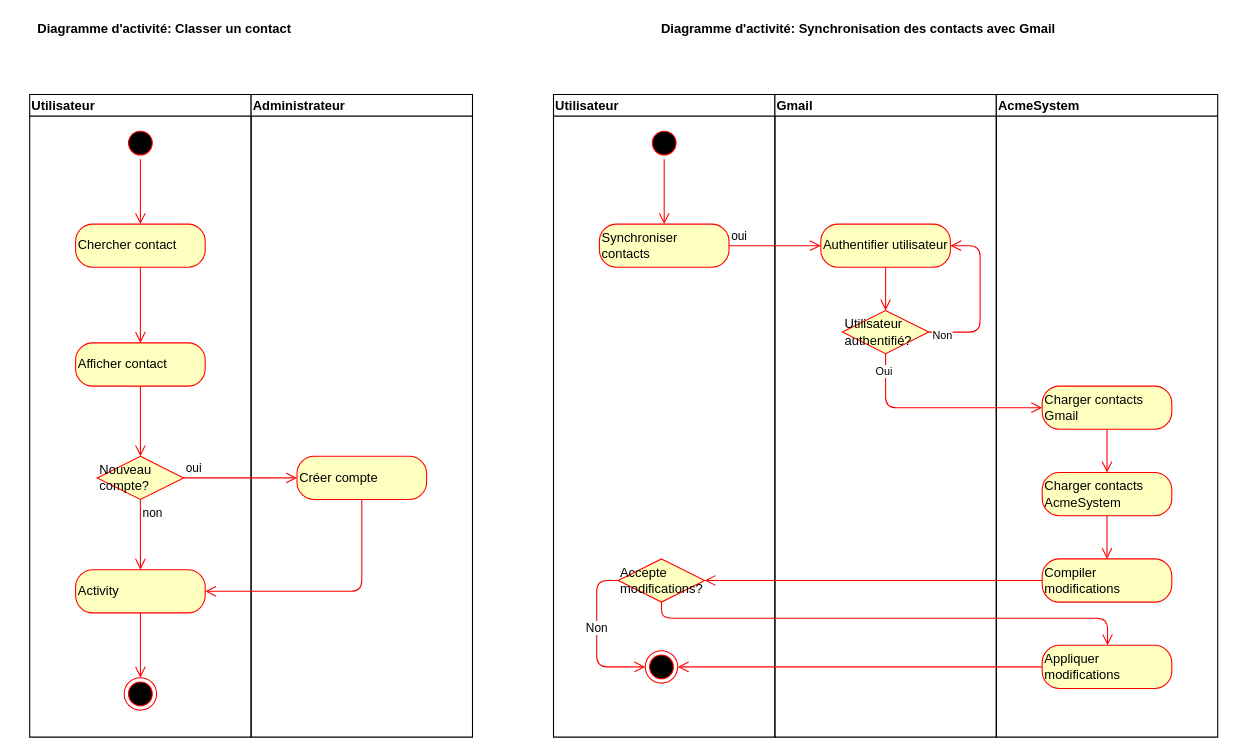
Above: page "Activity" (2 of 7) of Documentation/usecase-diagram.drawio in Nic0tiN/IDEC-AcmeSystem-NG (draw.io), before the change. Source tidied: cells renumbered, new cells numbered last; positions are measured from the earlier drawing's top-left corner, leaving out a move shared by most shapes. Both pictures are drawn from the tidied source at 108%, with x=0, y=0 at pixel (18, 18).
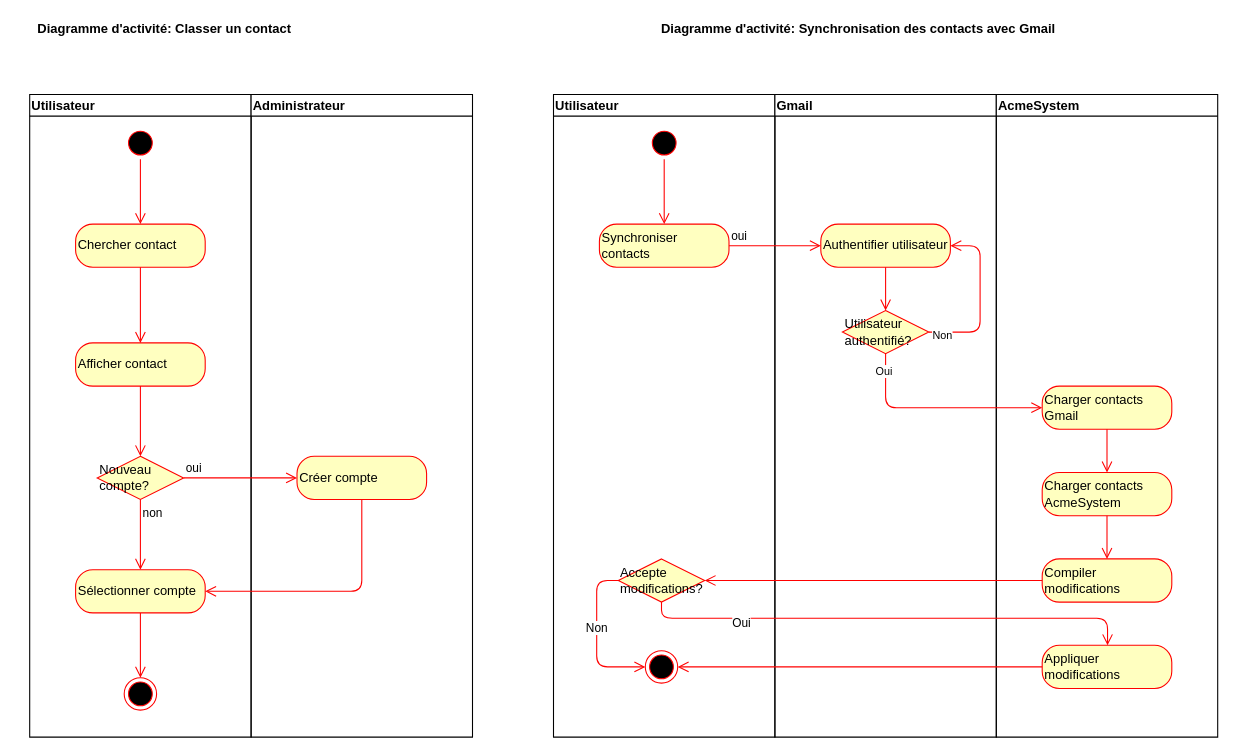
Above is the later version.

Unchanged cells that the change refers to:
```xml
<mxCell id="2" value="Utilisateur" style="swimlane;startSize=20;align=left;" parent="1" vertex="1">
  <mxGeometry x="10" y="70" width="205" height="595" as="geometry" />
</mxCell>
<mxCell id="44" style="endArrow=open;endFill=1;endSize=8;html=1;fontSize=10;fontColor=#FF0000;strokeColor=#FF0000;edgeStyle=orthogonalEdgeStyle;" parent="1" edge="1" source="25" target="40">
  <mxGeometry relative="1" as="geometry">
    <Array as="points">
      <mxPoint x="595" y="555" />
      <mxPoint x="1008" y="555" />
    </Array>
  </mxGeometry>
</mxCell>
```

The edit, as a diff of the source:
```diff
@@
-    <mxCell id="11" value="Activity" style="rounded=1;whiteSpace=wrap;html=1;arcSize=40;fontColor=#000000;fillColor=#ffffc0;strokeColor=#ff0000;align=left;" parent="2" vertex="1">
+    <mxCell id="11" value="Sélectionner compte" style="rounded=1;whiteSpace=wrap;html=1;arcSize=40;fontColor=#000000;fillColor=#ffffc0;strokeColor=#ff0000;align=left;" parent="2" vertex="1">
       <mxGeometry x="42.5" y="440" width="120" height="40" as="geometry" />
     </mxCell>
@@
+    <mxCell id="46" value="Oui" style="edgeLabel;html=1;align=center;verticalAlign=middle;" parent="44" vertex="1">
+      <mxGeometry x="-0.61" y="-4" relative="1" as="geometry" />
+    </mxCell>
```
